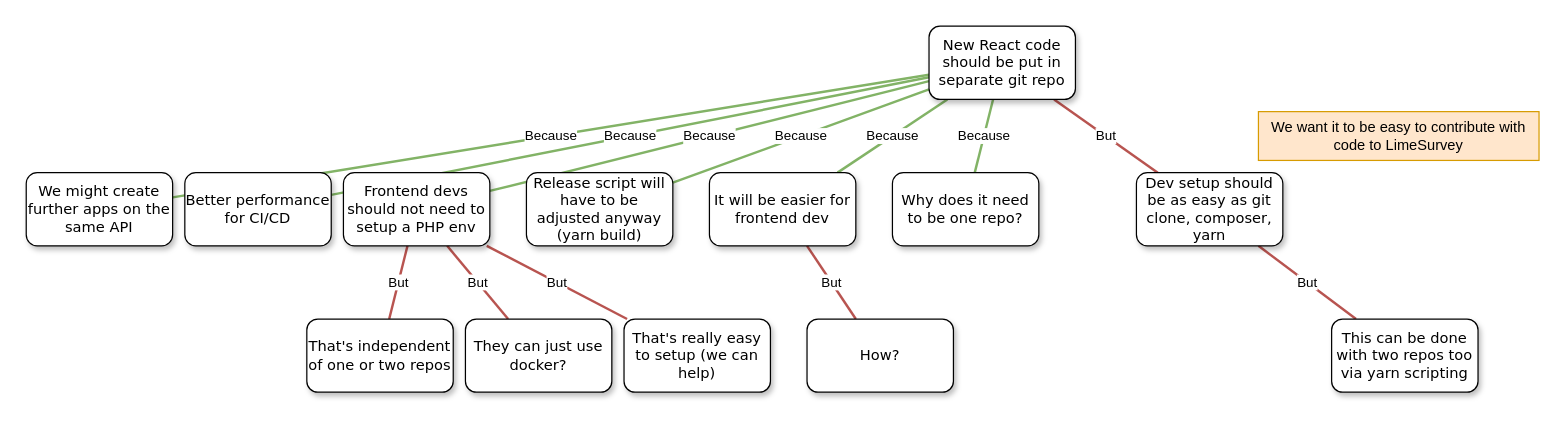
Above: Separate_repo.drawio in olleharstedt/limesurvey-wizard (draw.io), before the change. Source tidied: cells renumbered, new cells numbered last; positions are measured from the earlier drawing's top-left corner, leaving out a move shared by most shapes. Both pictures are drawn from the tidied source at 122%, with x=0, y=0 at pixel (26, 26).
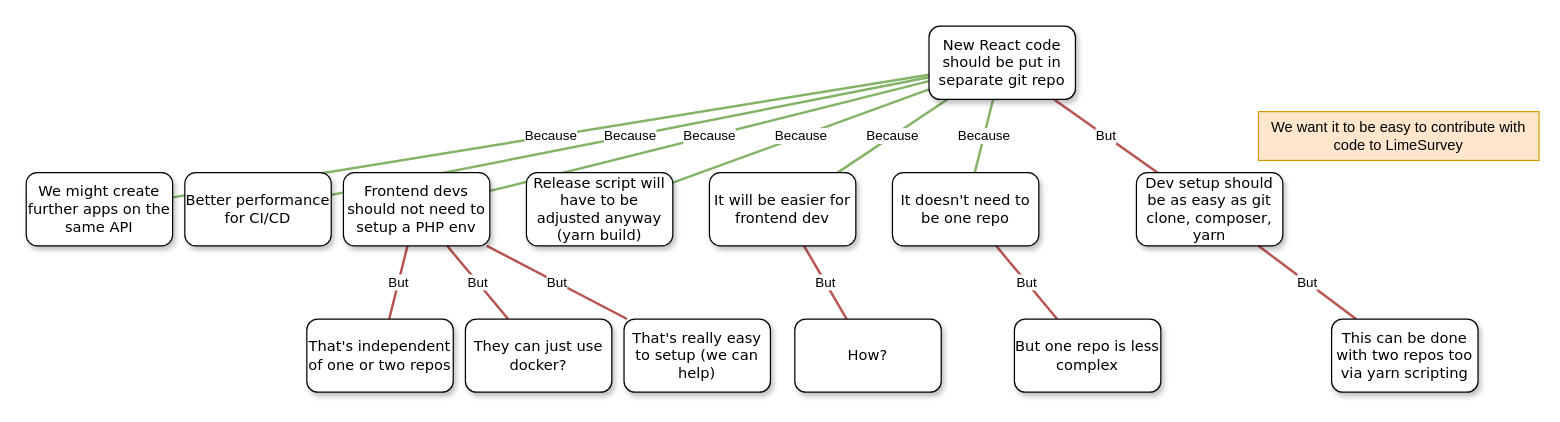
The same page after the edit.

Change to the diagram source:
```diff
@@
     <mxCell id="17" value="How?" style="whiteSpace=wrap;html=1;rounded=1;shadow=1;labelBackgroundColor=none;strokeWidth=1;fontFamily=Verdana;fontSize=12;align=center;" parent="1" vertex="1">
-      <mxGeometry x="640" y="240" width="120" height="60" as="geometry" />
+      <mxGeometry x="630" y="240" width="120" height="60" as="geometry" />
     </mxCell>
@@
+    <mxCell id="28" value="But" style="rounded=0;jettySize=auto;html=1;strokeWidth=2;endArrow=none;endFill=0;fillColor=#f8cecc;strokeColor=#b85450;" parent="1" edge="1" source="25" target="29">
+      <mxGeometry relative="1" as="geometry" />
+    </mxCell>
-    <mxCell id="25" value="Why does it need to be one repo?" style="whiteSpace=wrap;html=1;rounded=1;shadow=1;labelBackgroundColor=none;strokeWidth=1;fontFamily=Verdana;fontSize=12;align=center;" parent="1" vertex="1">
+    <mxCell id="25" value="It doesn't need to be one repo" style="whiteSpace=wrap;html=1;rounded=1;shadow=1;labelBackgroundColor=none;strokeWidth=1;fontFamily=Verdana;fontSize=12;align=center;" parent="1" vertex="1">
       <mxGeometry x="710" y="120" width="120" height="60" as="geometry" />
     </mxCell>
@@
+    <mxCell id="29" value="But one repo is less complex" style="whiteSpace=wrap;html=1;rounded=1;shadow=1;labelBackgroundColor=none;strokeWidth=1;fontFamily=Verdana;fontSize=12;align=center;" parent="1" vertex="1">
+      <mxGeometry x="810" y="240" width="120" height="60" as="geometry" />
+    </mxCell>
```
